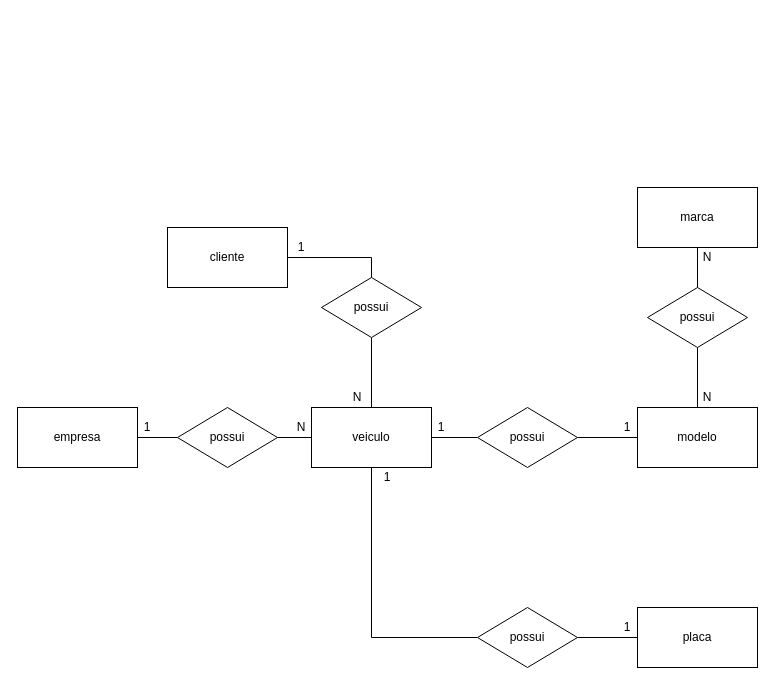
This is page "conceitual" (1 of 2) of Exercícios-aula3/1.2-exercicio-locadora/1.2-exercicio-locadora.drawio from Samel-OP/Senai_Sprint1_BD, a draw.io file, before an edit. Source tidied: cells renumbered, new cells numbered last; positions are measured from the earlier drawing's top-left corner, leaving out a move shared by most shapes. Both pictures are drawn from the tidied source at 100%, with x=0, y=0 at pixel (17, 187).
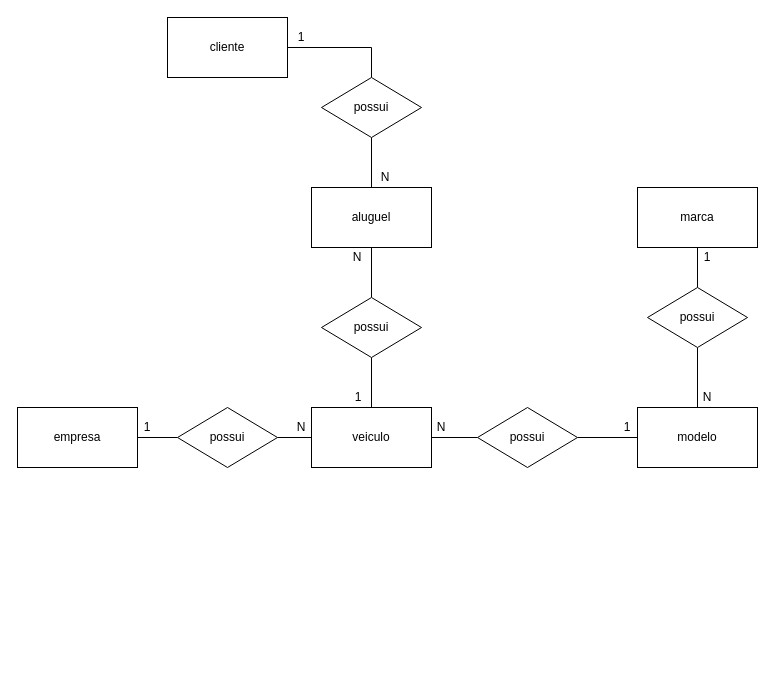
Above is the later version.

Unchanged cells that the change refers to:
```xml
<mxCell id="5" style="rounded=0;whiteSpace=wrap;html=1;" parent="1" vertex="1">
  <mxGeometry x="294" y="220" width="120" height="60" as="geometry" />
</mxCell>
```

Diff of the diagram source:
```diff
@@
-    <mxCell id="9" style="rounded=0;whiteSpace=wrap;html=1;" parent="1" vertex="1">
-      <mxGeometry x="620" y="420" width="120" height="60" as="geometry" />
-    </mxCell>
@@
     <mxCell id="11" style="rounded=0;whiteSpace=wrap;html=1;" parent="1" vertex="1">
-      <mxGeometry x="150" y="40" width="120" height="60" as="geometry" />
+      <mxGeometry x="150" y="-170" width="120" height="60" as="geometry" />
     </mxCell>
@@
-    <mxCell id="14" style="edgeStyle=orthogonalEdgeStyle;rounded=0;jettySize=auto;html=1;exitX=0.5;exitY=1;exitDx=0;exitDy=0;entryX=0.5;entryY=0;entryDx=0;entryDy=0;endArrow=none;endFill=0;" parent="1" edge="1" source="15" target="5">
-      <mxGeometry relative="1" as="geometry" />
-    </mxCell>
+    <mxCell id="44" style="edgeStyle=orthogonalEdgeStyle;rounded=0;jettySize=auto;html=1;exitX=0.5;exitY=1;exitDx=0;exitDy=0;endArrow=none;endFill=0;" parent="1" edge="1" source="15" target="46">
+      <mxGeometry relative="1" as="geometry" />
+    </mxCell>
     <mxCell id="15" style="rhombus;whiteSpace=wrap;html=1;" parent="1" vertex="1">
-      <mxGeometry x="304" y="90" width="100" height="60" as="geometry" />
+      <mxGeometry x="304" y="-110" width="100" height="60" as="geometry" />
     </mxCell>
@@
-    <mxCell id="20" style="edgeStyle=orthogonalEdgeStyle;rounded=0;jettySize=auto;html=1;exitX=1;exitY=0.5;exitDx=0;exitDy=0;entryX=0;entryY=0.5;entryDx=0;entryDy=0;endArrow=none;endFill=0;" parent="1" edge="1" source="22" target="9">
-      <mxGeometry relative="1" as="geometry" />
-    </mxCell>
-    <mxCell id="21" style="edgeStyle=orthogonalEdgeStyle;rounded=0;jettySize=auto;html=1;exitX=0;exitY=0.5;exitDx=0;exitDy=0;entryX=0.5;entryY=1;entryDx=0;entryDy=0;endArrow=none;endFill=0;" parent="1" edge="1" source="22" target="5">
-      <mxGeometry relative="1" as="geometry" />
-    </mxCell>
-    <mxCell id="22" style="rhombus;whiteSpace=wrap;html=1;" parent="1" vertex="1">
-      <mxGeometry x="460" y="420" width="100" height="60" as="geometry" />
-    </mxCell>
@@
     <mxCell id="24" value="cliente" style="text;html=1;strokeColor=none;fillColor=none;align=center;verticalAlign=middle;whiteSpace=wrap;rounded=0;" parent="1" vertex="1">
-      <mxGeometry x="190" y="60" width="40" height="20" as="geometry" />
+      <mxGeometry x="190" y="-150" width="40" height="20" as="geometry" />
     </mxCell>
@@
-    <mxCell id="28" value="placa" style="text;html=1;strokeColor=none;fillColor=none;align=center;verticalAlign=middle;whiteSpace=wrap;rounded=0;" parent="1" vertex="1">
-      <mxGeometry x="660" y="440" width="40" height="20" as="geometry" />
-    </mxCell>
     <mxCell id="29" value="possui" style="text;html=1;strokeColor=none;fillColor=none;align=center;verticalAlign=middle;whiteSpace=wrap;rounded=0;" parent="1" vertex="1">
-      <mxGeometry x="334" y="110" width="40" height="20" as="geometry" />
+      <mxGeometry x="334" y="-90" width="40" height="20" as="geometry" />
     </mxCell>
@@
-    <mxCell id="32" value="possui" style="text;html=1;strokeColor=none;fillColor=none;align=center;verticalAlign=middle;whiteSpace=wrap;rounded=0;" parent="1" vertex="1">
-      <mxGeometry x="490" y="440" width="40" height="20" as="geometry" />
-    </mxCell>
@@
     <mxCell id="34" value="1" style="text;html=1;strokeColor=none;fillColor=none;align=center;verticalAlign=middle;whiteSpace=wrap;rounded=0;" parent="1" vertex="1">
-      <mxGeometry x="264" y="50" width="40" height="20" as="geometry" />
+      <mxGeometry x="264" y="-160" width="40" height="20" as="geometry" />
     </mxCell>
@@
     <mxCell id="37" value="N" style="text;html=1;strokeColor=none;fillColor=none;align=center;verticalAlign=middle;whiteSpace=wrap;rounded=0;" parent="1" vertex="1">
-      <mxGeometry x="320" y="200" width="40" height="20" as="geometry" />
+      <mxGeometry x="348" y="-20" width="40" height="20" as="geometry" />
     </mxCell>
     <mxCell id="38" value="N" style="text;html=1;strokeColor=none;fillColor=none;align=center;verticalAlign=middle;whiteSpace=wrap;rounded=0;" parent="1" vertex="1">
-      <mxGeometry x="670" y="60" width="40" height="20" as="geometry" />
+      <mxGeometry x="404" y="230" width="40" height="20" as="geometry" />
     </mxCell>
-    <mxCell id="39" value="1" style="text;html=1;strokeColor=none;fillColor=none;align=center;verticalAlign=middle;whiteSpace=wrap;rounded=0;" parent="1" vertex="1">
-      <mxGeometry x="350" y="280" width="40" height="20" as="geometry" />
-    </mxCell>
@@
     <mxCell id="41" value="1" style="text;html=1;strokeColor=none;fillColor=none;align=center;verticalAlign=middle;whiteSpace=wrap;rounded=0;" parent="1" vertex="1">
-      <mxGeometry x="404" y="230" width="40" height="20" as="geometry" />
+      <mxGeometry x="670" y="60" width="40" height="20" as="geometry" />
     </mxCell>
@@
-    <mxCell id="43" value="1" style="text;html=1;strokeColor=none;fillColor=none;align=center;verticalAlign=middle;whiteSpace=wrap;rounded=0;" parent="1" vertex="1">
-      <mxGeometry x="590" y="430" width="40" height="20" as="geometry" />
-    </mxCell>
+    <mxCell id="45" style="edgeStyle=orthogonalEdgeStyle;rounded=0;jettySize=auto;html=1;exitX=0.5;exitY=1;exitDx=0;exitDy=0;entryX=0.5;entryY=0;entryDx=0;entryDy=0;endArrow=none;endFill=0;" parent="1" edge="1" source="46" target="48">
+      <mxGeometry relative="1" as="geometry" />
+    </mxCell>
+    <mxCell id="46" value="aluguel" style="rounded=0;whiteSpace=wrap;html=1;" parent="1" vertex="1">
+      <mxGeometry x="294" width="120" height="60" as="geometry" />
+    </mxCell>
+    <mxCell id="47" style="edgeStyle=orthogonalEdgeStyle;rounded=0;jettySize=auto;html=1;exitX=0.5;exitY=1;exitDx=0;exitDy=0;entryX=0.5;entryY=0;entryDx=0;entryDy=0;endArrow=none;endFill=0;" parent="1" edge="1" source="48" target="5">
+      <mxGeometry relative="1" as="geometry" />
+    </mxCell>
+    <mxCell id="48" style="rhombus;whiteSpace=wrap;html=1;" parent="1" vertex="1">
+      <mxGeometry x="304" y="110" width="100" height="60" as="geometry" />
+    </mxCell>
+    <mxCell id="32" value="possui" style="text;html=1;strokeColor=none;fillColor=none;align=center;verticalAlign=middle;whiteSpace=wrap;rounded=0;" parent="1" vertex="1">
+      <mxGeometry x="334" y="130" width="40" height="20" as="geometry" />
+    </mxCell>
+    <mxCell id="49" value="N" style="text;html=1;strokeColor=none;fillColor=none;align=center;verticalAlign=middle;whiteSpace=wrap;rounded=0;" parent="1" vertex="1">
+      <mxGeometry x="320" y="60" width="40" height="20" as="geometry" />
+    </mxCell>
+    <mxCell id="50" value="1" style="text;html=1;strokeColor=none;fillColor=none;align=center;verticalAlign=middle;whiteSpace=wrap;rounded=0;" parent="1" vertex="1">
+      <mxGeometry x="321" y="200" width="40" height="20" as="geometry" />
+    </mxCell>
```
